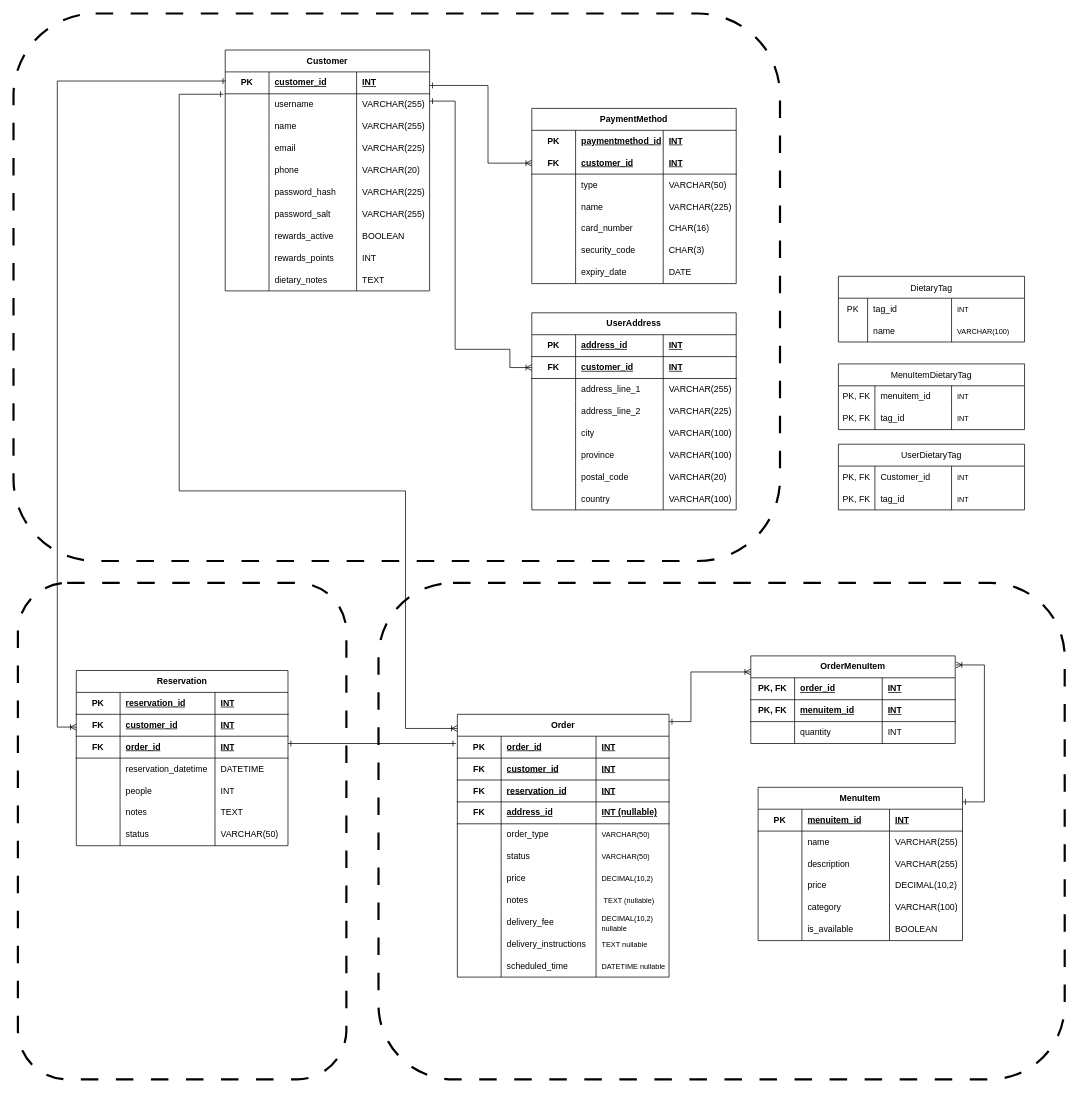
This is page "Version 2" (1 of 2) of docs/ERD.drawio from Web-Development-UAlberta/exsm-3951-exsm-3943-spring-2025-python-c-project-team-restaurant-c, a draw.io file, before an edit. Source tidied: cells renumbered, new cells numbered last; positions are measured from the earlier drawing's top-left corner, leaving out a move shared by most shapes. Both pictures are drawn from the tidied source at 73%, with x=0, y=0 at pixel (13, 13).
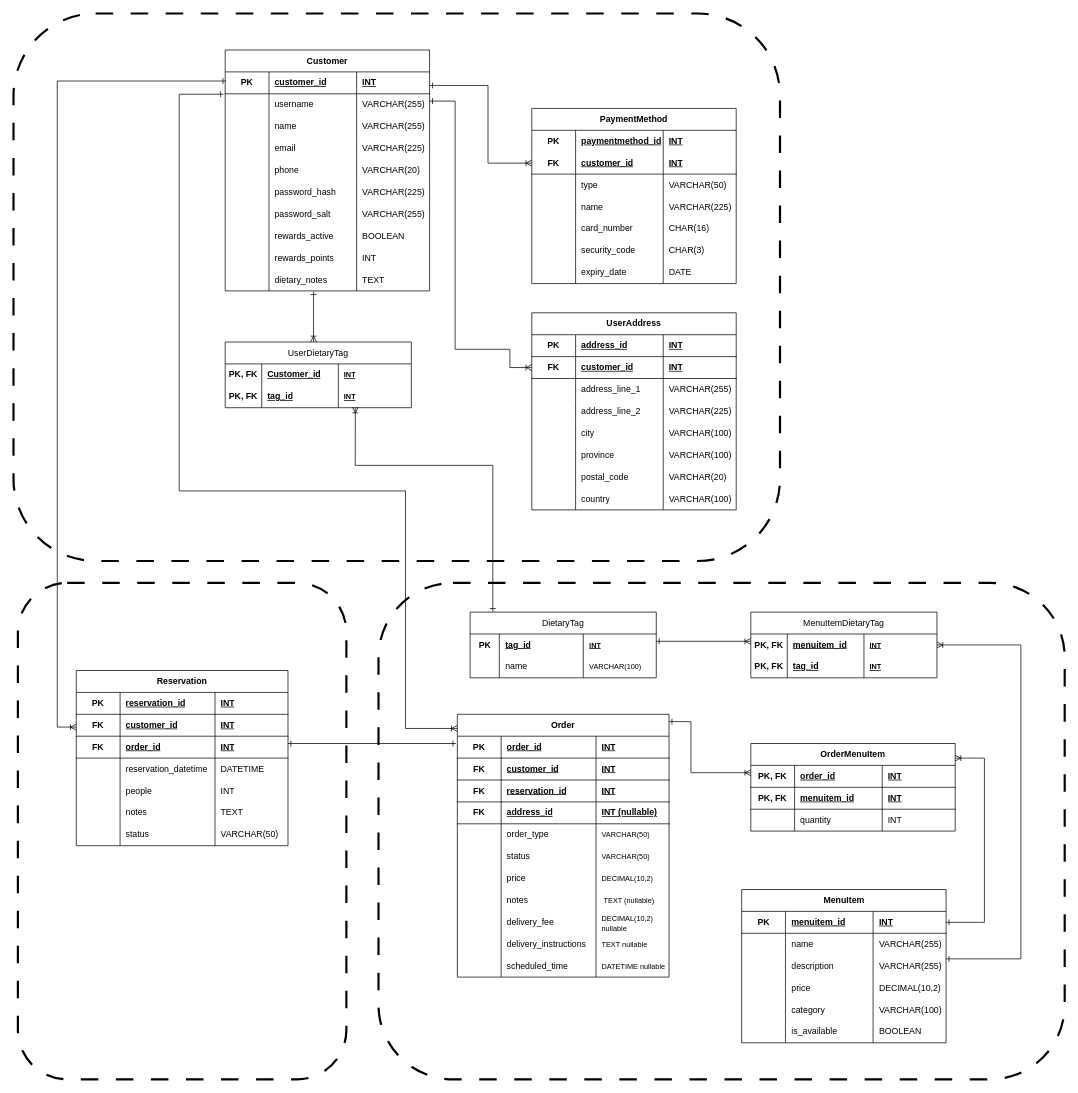
After the change.

The change refers to these unchanged cells:
```xml
<mxCell id="3" style="shape=tableRow;horizontal=0;startSize=0;swimlaneHead=0;swimlaneBody=0;top=0;left=0;bottom=0;right=0;fillColor=none;strokeColor=inherit;fontSize=16;" parent="2" vertex="1">
  <mxGeometry y="30" width="255" height="30" as="geometry" />
</mxCell>
<mxCell id="12" style="shape=tableRow;horizontal=0;startSize=0;swimlaneHead=0;swimlaneBody=0;top=0;left=0;bottom=0;right=0;fillColor=none;points=[[0,0.5],[1,0.5]];portConstraint=eastwest;strokeColor=inherit;fontSize=16;" parent="11" vertex="1">
  <mxGeometry y="30" width="255" height="30" as="geometry" />
</mxCell>
<mxCell id="16" style="shape=tableRow;horizontal=0;startSize=0;swimlaneHead=0;swimlaneBody=0;top=0;left=0;bottom=0;right=0;fillColor=none;strokeColor=inherit;fontSize=16;" parent="11" vertex="1">
  <mxGeometry y="60" width="255" height="30" as="geometry" />
</mxCell>
<mxCell id="21" style="shape=tableRow;horizontal=0;startSize=0;swimlaneHead=0;swimlaneBody=0;top=0;left=0;bottom=0;right=0;fillColor=none;strokeColor=inherit;fontSize=16;" parent="20" vertex="1">
  <mxGeometry y="30" width="255" height="30" as="geometry" />
</mxCell>
<mxCell id="25" style="shape=tableRow;horizontal=0;startSize=0;swimlaneHead=0;swimlaneBody=0;top=0;left=0;bottom=0;right=0;fillColor=none;points=[[0,0.5],[1,0.5]];portConstraint=eastwest;strokeColor=inherit;fontSize=16;" parent="20" vertex="1">
  <mxGeometry y="60" width="255" height="30" as="geometry" />
</mxCell>
<mxCell id="95" style="shape=tableRow;horizontal=0;startSize=0;swimlaneHead=0;swimlaneBody=0;fillColor=none;points=[[0,0.5],[1,0.5]];portConstraint=eastwest;top=0;left=0;right=0;bottom=0;html=1;" parent="58" vertex="1">
  <mxGeometry y="300" width="280" height="30" as="geometry" />
</mxCell>
<mxCell id="221" style="shape=tableRow;horizontal=0;startSize=0;swimlaneHead=0;swimlaneBody=0;fillColor=none;points=[[0,0.5],[1,0.5]];portConstraint=eastwest;top=0;left=0;right=0;bottom=1;html=1;" parent="220" vertex="1">
  <mxGeometry y="30" width="280" height="30" as="geometry" />
</mxCell>
```

Diff of the diagram source:
```diff
@@
+    <mxCell id="253" style="rounded=1;whiteSpace=wrap;html=1;fillColor=none;dashed=1;dashPattern=8 8;strokeWidth=3;" parent="1" vertex="1">
+      <mxGeometry width="1050" height="750" as="geometry" />
+    </mxCell>
+    <mxCell id="252" style="rounded=1;whiteSpace=wrap;html=1;fillColor=none;dashed=1;dashPattern=8 8;strokeWidth=3;" parent="1" vertex="1">
+      <mxGeometry x="500" y="780" width="940" height="680" as="geometry" />
+    </mxCell>
     <mxCell id="2" value="DietaryTag" style="shape=table;startSize=30;childLayout=tableLayout;rowLines=0;fontStyle=0;strokeColor=default;fontSize=12;" parent="1" vertex="1">
-      <mxGeometry x="1130" y="360" width="255" height="90" as="geometry" />
+      <mxGeometry x="625.5" y="820" width="255" height="90" as="geometry" />
     </mxCell>
@@
-    <mxCell id="4" value="PK" style="shape=partialRectangle;html=1;whiteSpace=wrap;fillColor=none;top=0;left=0;bottom=0;right=0;overflow=hidden;strokeColor=inherit;fontSize=12;" parent="3" vertex="1">
+    <mxCell id="4" value="&lt;b style=&quot;&quot;&gt;PK&lt;/b&gt;" style="shape=partialRectangle;html=1;whiteSpace=wrap;fillColor=none;top=0;left=0;bottom=0;right=0;overflow=hidden;strokeColor=inherit;fontSize=12;" parent="3" vertex="1">
       <mxGeometry width="40" height="30" as="geometry" />
     </mxCell>
-    <mxCell id="5" value="tag_id" style="shape=partialRectangle;html=1;whiteSpace=wrap;fillColor=none;top=0;left=0;bottom=0;right=0;align=left;spacingLeft=6;overflow=hidden;strokeColor=inherit;fontSize=12;" parent="3" vertex="1">
+    <mxCell id="5" value="&lt;b&gt;&lt;u&gt;tag_id&lt;/u&gt;&lt;/b&gt;" style="shape=partialRectangle;html=1;whiteSpace=wrap;fillColor=none;top=0;left=0;bottom=0;right=0;align=left;spacingLeft=6;overflow=hidden;strokeColor=inherit;fontSize=12;" parent="3" vertex="1">
       <mxGeometry x="40" width="115" height="30" as="geometry" />
     </mxCell>
-    <mxCell id="6" value="INT" style="shape=partialRectangle;html=1;whiteSpace=wrap;fillColor=none;top=0;left=0;bottom=0;right=0;align=left;spacingLeft=6;overflow=hidden;strokeColor=inherit;fontSize=10;" parent="3" vertex="1">
+    <mxCell id="6" value="&lt;b&gt;&lt;u&gt;INT&lt;/u&gt;&lt;/b&gt;" style="shape=partialRectangle;html=1;whiteSpace=wrap;fillColor=none;top=0;left=0;bottom=0;right=0;align=left;spacingLeft=6;overflow=hidden;strokeColor=inherit;fontSize=10;" parent="3" vertex="1">
       <mxGeometry x="155" width="100" height="30" as="geometry" />
     </mxCell>
@@
     <mxCell id="11" value="MenuItemDietaryTag" style="shape=table;startSize=30;childLayout=tableLayout;rowLines=0;fontStyle=0;strokeColor=default;fontSize=12;" parent="1" vertex="1">
-      <mxGeometry x="1130" y="480" width="255" height="90" as="geometry" />
+      <mxGeometry x="1010" y="820" width="255" height="90" as="geometry" />
     </mxCell>
@@
-    <mxCell id="13" value="PK, FK" style="shape=partialRectangle;html=1;whiteSpace=wrap;fillColor=none;top=0;left=0;bottom=0;right=0;overflow=hidden;strokeColor=inherit;fontSize=12;" parent="12" vertex="1">
+    <mxCell id="13" value="&lt;b&gt;PK, FK&lt;/b&gt;" style="shape=partialRectangle;html=1;whiteSpace=wrap;fillColor=none;top=0;left=0;bottom=0;right=0;overflow=hidden;strokeColor=inherit;fontSize=12;" parent="12" vertex="1">
       <mxGeometry width="50" height="30" as="geometry" />
     </mxCell>
-    <mxCell id="14" value="menuitem_id" style="shape=partialRectangle;html=1;whiteSpace=wrap;fillColor=none;top=0;left=0;bottom=0;right=0;align=left;spacingLeft=6;overflow=hidden;strokeColor=inherit;fontSize=12;" parent="12" vertex="1">
+    <mxCell id="14" value="&lt;b&gt;&lt;u&gt;menuitem_id&lt;/u&gt;&lt;/b&gt;" style="shape=partialRectangle;html=1;whiteSpace=wrap;fillColor=none;top=0;left=0;bottom=0;right=0;align=left;spacingLeft=6;overflow=hidden;strokeColor=inherit;fontSize=12;" parent="12" vertex="1">
       <mxGeometry x="50" width="105" height="30" as="geometry" />
     </mxCell>
-    <mxCell id="15" value="INT" style="shape=partialRectangle;html=1;whiteSpace=wrap;fillColor=none;top=0;left=0;bottom=0;right=0;align=left;spacingLeft=6;overflow=hidden;strokeColor=inherit;fontSize=10;" parent="12" vertex="1">
+    <mxCell id="15" value="&lt;b&gt;&lt;u&gt;INT&lt;/u&gt;&lt;/b&gt;" style="shape=partialRectangle;html=1;whiteSpace=wrap;fillColor=none;top=0;left=0;bottom=0;right=0;align=left;spacingLeft=6;overflow=hidden;strokeColor=inherit;fontSize=10;" parent="12" vertex="1">
       <mxGeometry x="155" width="100" height="30" as="geometry" />
     </mxCell>
@@
-    <mxCell id="17" value="PK, FK" style="shape=partialRectangle;html=1;whiteSpace=wrap;fillColor=none;top=0;left=0;bottom=0;right=0;overflow=hidden;strokeColor=inherit;fontSize=12;" parent="16" vertex="1">
+    <mxCell id="17" value="&lt;b&gt;PK, FK&lt;/b&gt;" style="shape=partialRectangle;html=1;whiteSpace=wrap;fillColor=none;top=0;left=0;bottom=0;right=0;overflow=hidden;strokeColor=inherit;fontSize=12;" parent="16" vertex="1">
       <mxGeometry width="50" height="30" as="geometry" />
     </mxCell>
-    <mxCell id="18" value="tag_id" style="shape=partialRectangle;html=1;whiteSpace=wrap;fillColor=none;top=0;left=0;bottom=0;right=0;align=left;spacingLeft=6;overflow=hidden;strokeColor=inherit;fontSize=12;" parent="16" vertex="1">
+    <mxCell id="18" value="&lt;b&gt;&lt;u&gt;tag_id&lt;/u&gt;&lt;/b&gt;" style="shape=partialRectangle;html=1;whiteSpace=wrap;fillColor=none;top=0;left=0;bottom=0;right=0;align=left;spacingLeft=6;overflow=hidden;strokeColor=inherit;fontSize=12;" parent="16" vertex="1">
       <mxGeometry x="50" width="105" height="30" as="geometry" />
     </mxCell>
-    <mxCell id="19" value="INT" style="shape=partialRectangle;html=1;whiteSpace=wrap;fillColor=none;top=0;left=0;bottom=0;right=0;align=left;spacingLeft=6;overflow=hidden;strokeColor=inherit;fontSize=10;" parent="16" vertex="1">
+    <mxCell id="19" value="&lt;b&gt;&lt;u&gt;INT&lt;/u&gt;&lt;/b&gt;" style="shape=partialRectangle;html=1;whiteSpace=wrap;fillColor=none;top=0;left=0;bottom=0;right=0;align=left;spacingLeft=6;overflow=hidden;strokeColor=inherit;fontSize=10;" parent="16" vertex="1">
       <mxGeometry x="155" width="100" height="30" as="geometry" />
     </mxCell>
     <mxCell id="20" value="UserDietaryTag" style="shape=table;startSize=30;childLayout=tableLayout;rowLines=0;fontStyle=0;strokeColor=default;fontSize=12;" parent="1" vertex="1">
-      <mxGeometry x="1130" y="590" width="255" height="90" as="geometry" />
+      <mxGeometry x="290" y="450" width="255" height="90" as="geometry" />
     </mxCell>
@@
-    <mxCell id="22" value="PK, FK" style="shape=partialRectangle;html=1;whiteSpace=wrap;fillColor=none;top=0;left=0;bottom=0;right=0;overflow=hidden;strokeColor=inherit;fontSize=12;" parent="21" vertex="1">
+    <mxCell id="22" value="&lt;b&gt;PK, FK&lt;/b&gt;" style="shape=partialRectangle;html=1;whiteSpace=wrap;fillColor=none;top=0;left=0;bottom=0;right=0;overflow=hidden;strokeColor=inherit;fontSize=12;" parent="21" vertex="1">
       <mxGeometry width="50" height="30" as="geometry" />
     </mxCell>
-    <mxCell id="23" value="Customer_id" style="shape=partialRectangle;html=1;whiteSpace=wrap;fillColor=none;top=0;left=0;bottom=0;right=0;align=left;spacingLeft=6;overflow=hidden;strokeColor=inherit;fontSize=12;" parent="21" vertex="1">
+    <mxCell id="23" value="&lt;b&gt;&lt;u&gt;Customer_id&lt;/u&gt;&lt;/b&gt;" style="shape=partialRectangle;html=1;whiteSpace=wrap;fillColor=none;top=0;left=0;bottom=0;right=0;align=left;spacingLeft=6;overflow=hidden;strokeColor=inherit;fontSize=12;" parent="21" vertex="1">
       <mxGeometry x="50" width="105" height="30" as="geometry" />
     </mxCell>
-    <mxCell id="24" value="INT" style="shape=partialRectangle;html=1;whiteSpace=wrap;fillColor=none;top=0;left=0;bottom=0;right=0;align=left;spacingLeft=6;overflow=hidden;strokeColor=inherit;fontSize=10;" parent="21" vertex="1">
+    <mxCell id="24" value="&lt;b&gt;&lt;u&gt;INT&lt;/u&gt;&lt;/b&gt;" style="shape=partialRectangle;html=1;whiteSpace=wrap;fillColor=none;top=0;left=0;bottom=0;right=0;align=left;spacingLeft=6;overflow=hidden;strokeColor=inherit;fontSize=10;" parent="21" vertex="1">
       <mxGeometry x="155" width="100" height="30" as="geometry" />
     </mxCell>
@@
-    <mxCell id="26" value="PK, FK" style="shape=partialRectangle;html=1;whiteSpace=wrap;fillColor=none;top=0;left=0;bottom=0;right=0;overflow=hidden;strokeColor=inherit;fontSize=12;" parent="25" vertex="1">
+    <mxCell id="26" value="&lt;b&gt;PK, FK&lt;/b&gt;" style="shape=partialRectangle;html=1;whiteSpace=wrap;fillColor=none;top=0;left=0;bottom=0;right=0;overflow=hidden;strokeColor=inherit;fontSize=12;" parent="25" vertex="1">
       <mxGeometry width="50" height="30" as="geometry" />
     </mxCell>
-    <mxCell id="27" value="tag_id" style="shape=partialRectangle;html=1;whiteSpace=wrap;fillColor=none;top=0;left=0;bottom=0;right=0;align=left;spacingLeft=6;overflow=hidden;strokeColor=inherit;fontSize=12;" parent="25" vertex="1">
+    <mxCell id="27" value="&lt;b&gt;&lt;u&gt;tag_id&lt;/u&gt;&lt;/b&gt;" style="shape=partialRectangle;html=1;whiteSpace=wrap;fillColor=none;top=0;left=0;bottom=0;right=0;align=left;spacingLeft=6;overflow=hidden;strokeColor=inherit;fontSize=12;" parent="25" vertex="1">
       <mxGeometry x="50" width="105" height="30" as="geometry" />
     </mxCell>
-    <mxCell id="28" value="INT" style="shape=partialRectangle;html=1;whiteSpace=wrap;fillColor=none;top=0;left=0;bottom=0;right=0;align=left;spacingLeft=6;overflow=hidden;strokeColor=inherit;fontSize=10;" parent="25" vertex="1">
+    <mxCell id="28" value="&lt;b&gt;&lt;u&gt;INT&lt;/u&gt;&lt;/b&gt;" style="shape=partialRectangle;html=1;whiteSpace=wrap;fillColor=none;top=0;left=0;bottom=0;right=0;align=left;spacingLeft=6;overflow=hidden;strokeColor=inherit;fontSize=10;" parent="25" vertex="1">
       <mxGeometry x="155" width="100" height="30" as="geometry" />
     </mxCell>
@@
     <mxCell id="207" value="OrderMenuItem" style="shape=table;startSize=30;childLayout=tableLayout;rowLines=0;fontStyle=1;align=center;html=1;whiteSpace=wrap;" parent="1" vertex="1">
-      <mxGeometry x="1010" y="880" width="280" height="120" as="geometry" />
+      <mxGeometry x="1010" y="1000" width="280" height="120" as="geometry" />
     </mxCell>
@@
     <mxCell id="220" value="MenuItem" style="shape=table;startSize=30;childLayout=tableLayout;rowLines=0;fontStyle=1;align=center;html=1;whiteSpace=wrap;" parent="1" vertex="1">
-      <mxGeometry x="1020" y="1060" width="280" height="210" as="geometry" />
+      <mxGeometry x="997.5" y="1200" width="280" height="210" as="geometry" />
     </mxCell>
@@
     <mxCell id="246" style="edgeStyle=orthogonalEdgeStyle;rounded=0;orthogonalLoop=1;jettySize=auto;html=1;startArrow=ERone;startFill=0;endArrow=ERoneToMany;endFill=0;" parent="1" edge="1">
       <mxGeometry relative="1" as="geometry">
         <mxPoint x="898" y="970" as="sourcePoint" />
-        <mxPoint x="1010" y="902" as="targetPoint" />
+        <mxPoint x="1010" y="1040" as="targetPoint" />
         <Array as="points">
           <mxPoint x="928" y="970" />
-          <mxPoint x="928" y="902" />
+          <mxPoint x="928" y="1040" />
+          <mxPoint x="1010" y="1040" />
         </Array>
       </mxGeometry>
     </mxCell>
-    <mxCell id="247" style="edgeStyle=orthogonalEdgeStyle;rounded=0;jettySize=auto;html=1;startArrow=ERone;startFill=0;endArrow=ERoneToMany;endFill=0;entryX=1.004;entryY=0.103;entryDx=0;entryDy=0;entryPerimeter=0;" parent="1" edge="1" target="207">
+    <mxCell id="247" style="edgeStyle=orthogonalEdgeStyle;rounded=0;jettySize=auto;html=1;startArrow=ERone;startFill=0;endArrow=ERoneToMany;endFill=0;entryX=0.999;entryY=0.167;entryDx=0;entryDy=0;entryPerimeter=0;exitX=1;exitY=0.5;exitDx=0;exitDy=0;" parent="1" edge="1" source="221" target="207">
       <mxGeometry relative="1" as="geometry">
-        <mxPoint x="1300" y="1080" as="sourcePoint" />
         <Array as="points">
-          <mxPoint x="1330" y="1080" />
-          <mxPoint x="1330" y="892" />
+          <mxPoint x="1330" y="1245" />
+          <mxPoint x="1330" y="1020" />
         </Array>
       </mxGeometry>
     </mxCell>
@@
-    <mxCell id="252" style="rounded=1;whiteSpace=wrap;html=1;fillColor=none;dashed=1;dashPattern=8 8;strokeWidth=3;" parent="1" vertex="1">
-      <mxGeometry x="500" y="780" width="940" height="680" as="geometry" />
-    </mxCell>
-    <mxCell id="253" style="rounded=1;whiteSpace=wrap;html=1;fillColor=none;dashed=1;dashPattern=8 8;strokeWidth=3;" parent="1" vertex="1">
-      <mxGeometry width="1050" height="750" as="geometry" />
-    </mxCell>
+    <mxCell id="254" style="edgeStyle=orthogonalEdgeStyle;rounded=0;jettySize=auto;html=1;exitX=0.432;exitY=1.033;exitDx=0;exitDy=0;startArrow=ERone;startFill=0;endArrow=ERoneToMany;endFill=0;exitPerimeter=0;" parent="1" edge="1" source="95">
+      <mxGeometry relative="1" as="geometry">
+        <mxPoint x="411" y="450" as="targetPoint" />
+        <Array as="points">
+          <mxPoint x="411" y="450" />
+        </Array>
+      </mxGeometry>
+    </mxCell>
+    <mxCell id="255" style="edgeStyle=orthogonalEdgeStyle;rounded=0;jettySize=auto;html=1;exitX=0.122;exitY=-0.01;exitDx=0;exitDy=0;startArrow=ERone;startFill=0;endArrow=ERoneToMany;endFill=0;exitPerimeter=0;entryX=0.699;entryY=0.969;entryDx=0;entryDy=0;entryPerimeter=0;" parent="1" edge="1" source="2" target="25">
+      <mxGeometry relative="1" as="geometry">
+        <Array as="points">
+          <mxPoint x="657" y="619" />
+          <mxPoint x="468" y="619" />
+        </Array>
+      </mxGeometry>
+    </mxCell>
+    <mxCell id="256" style="edgeStyle=orthogonalEdgeStyle;rounded=0;jettySize=auto;html=1;startArrow=ERone;startFill=0;endArrow=ERoneToMany;endFill=0;entryX=1;entryY=0.5;entryDx=0;entryDy=0;exitX=1;exitY=0.5;exitDx=0;exitDy=0;" parent="1" edge="1" target="12">
+      <mxGeometry relative="1" as="geometry">
+        <mxPoint x="1277.5" y="1295" as="sourcePoint" />
+        <Array as="points">
+          <mxPoint x="1380" y="1295" />
+          <mxPoint x="1380" y="865" />
+        </Array>
+      </mxGeometry>
+    </mxCell>
+    <mxCell id="257" style="edgeStyle=orthogonalEdgeStyle;rounded=0;orthogonalLoop=1;jettySize=auto;html=1;startArrow=ERone;startFill=0;endArrow=ERoneToMany;endFill=0;" parent="1" edge="1">
+      <mxGeometry relative="1" as="geometry">
+        <mxPoint x="880.5" y="860" as="sourcePoint" />
+        <mxPoint x="1010" y="860" as="targetPoint" />
+        <Array as="points">
+          <mxPoint x="1010" y="860" />
+        </Array>
+      </mxGeometry>
+    </mxCell>
```
